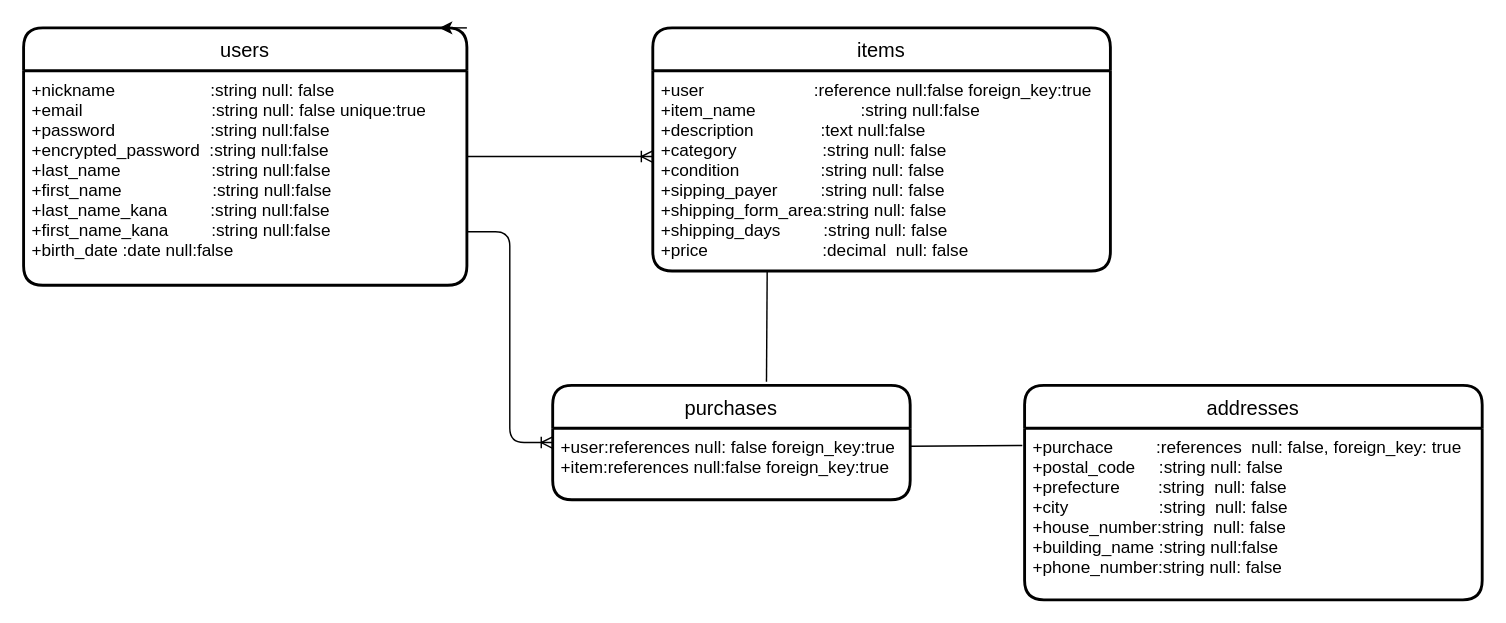
TANAKAUDA/furima-40616 keeps this draw.io diagram as furima-er.dio. Above is the earlier version. Source tidied: cells renumbered, new cells numbered last; positions are measured from the earlier drawing's top-left corner, leaving out a move shared by most shapes. Both pictures are drawn from the tidied source at 143%, with x=0, y=0 at pixel (23, 27).
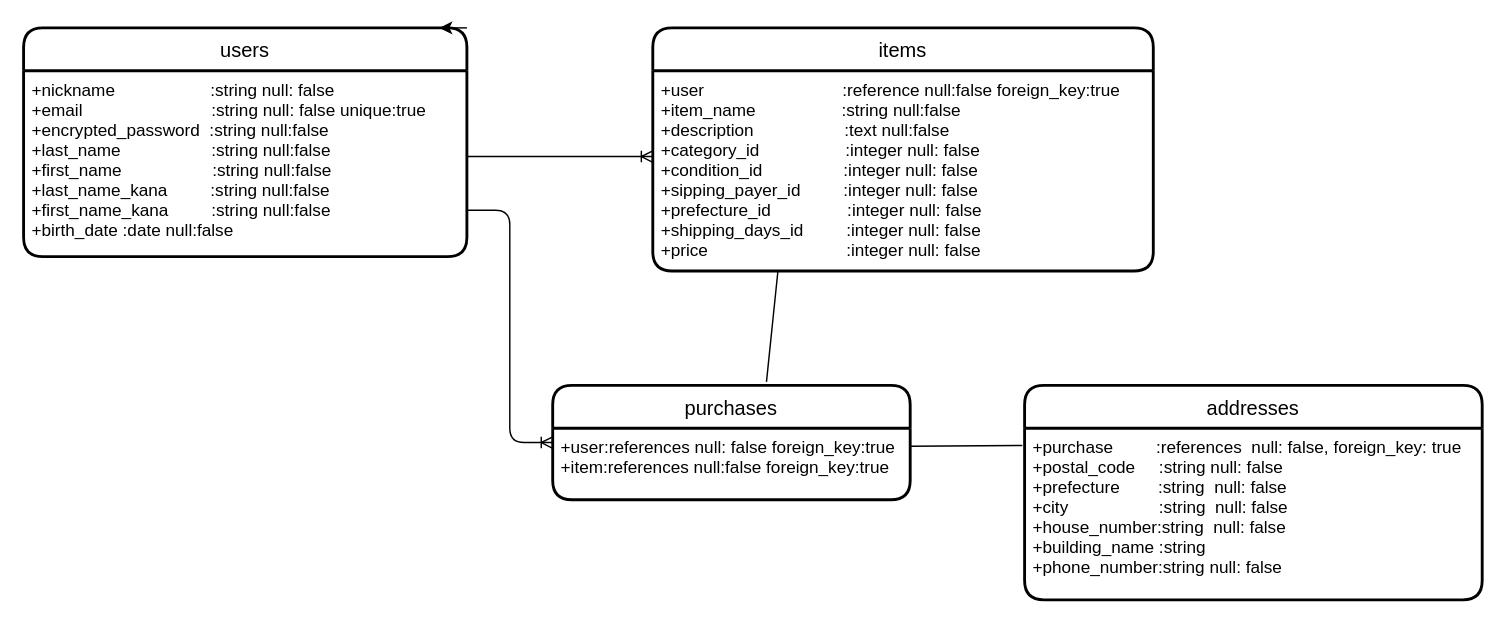
After the change.

Commit message (it also covers changes not shown here):
ER図作成まで.修正１

What changed in the source:
```diff
@@
 <mxGraphModel>
   <root>
     <mxCell id="0" />
     <mxCell id="1" parent="0" />
     <mxCell id="2" value="users" style="swimlane;horizontal=1;startSize=30;rounded=1;fontSize=14;fontStyle=0;strokeWidth=2;shadow=0;dashed=0;align=center;" parent="1" vertex="1">
-      <mxGeometry width="310" height="180" as="geometry" />
+      <mxGeometry width="310" height="160" as="geometry" />
     </mxCell>
-    <mxCell id="3" value="+nickname                    :string null: false&#10;+email                           :string null: false unique:true&#10;+password                    :string null:false&#10;+encrypted_password  :string null:false&#10;+last_name                   :string null:false&#10;+first_name                   :string null:false&#10;+last_name_kana         :string null:false&#10;+first_name_kana         :string null:false&#10;+birth_date :date null:false" style="align=left;strokeColor=none;fillColor=none;spacingLeft=4;fontSize=12;verticalAlign=top;" parent="2" vertex="1">
-      <mxGeometry y="30" width="310" height="150" as="geometry" />
+    <mxCell id="3" value="+nickname                    :string null: false&#10;+email                           :string null: false unique:true&#10;+encrypted_password  :string null:false&#10;+last_name                   :string null:false&#10;+first_name                   :string null:false&#10;+last_name_kana         :string null:false&#10;+first_name_kana         :string null:false&#10;+birth_date :date null:false" style="align=left;strokeColor=none;fillColor=none;spacingLeft=4;fontSize=12;verticalAlign=top;" parent="2" vertex="1">
+      <mxGeometry y="30" width="310" height="130" as="geometry" />
     </mxCell>
     <mxCell id="4" style="edgeStyle=none;html=1;exitX=1;exitY=0;exitDx=0;exitDy=0;entryX=0.938;entryY=0;entryDx=0;entryDy=0;entryPerimeter=0;" parent="1" edge="1" source="2" target="2">
       <mxGeometry relative="1" as="geometry" />
     </mxCell>
     <mxCell id="5" value="items" style="swimlane;horizontal=1;startSize=30;rounded=1;fontSize=14;fontStyle=0;strokeWidth=2;shadow=0;dashed=0;align=center;" parent="1" vertex="1">
-      <mxGeometry x="440" width="320" height="170" as="geometry" />
+      <mxGeometry x="440" width="350" height="170" as="geometry" />
     </mxCell>
-    <mxCell id="6" value="+user                       :reference null:false foreign_key:true     &#10;+item_name                      :string null:false&#10;+description              :text null:false&#10;+category                  :string null: false&#10;+condition                 :string null: false&#10;+sipping_payer         :string null: false&#10;+shipping_form_area:string null: false&#10;+shipping_days         :string null: false&#10;+price                        :decimal  null: false" style="align=left;strokeColor=none;fillColor=none;spacingLeft=4;fontSize=12;verticalAlign=top;" parent="5" vertex="1">
-      <mxGeometry y="30" width="320" height="140" as="geometry" />
+    <mxCell id="6" value="+user                             :reference null:false foreign_key:true     &#10;+item_name                  :string null:false&#10;+description                   :text null:false&#10;+category_id                  :integer null: false&#10;+condition_id                 :integer null: false&#10;+sipping_payer_id         :integer null: false&#10;+prefecture_id                :integer null: false&#10;+shipping_days_id         :integer null: false&#10;+price                             :integer null: false" style="align=left;strokeColor=none;fillColor=none;spacingLeft=4;fontSize=12;verticalAlign=top;" parent="5" vertex="1">
+      <mxGeometry y="30" width="350" height="140" as="geometry" />
     </mxCell>
     <mxCell id="7" value="purchases" style="swimlane;horizontal=1;startSize=30;rounded=1;fontSize=14;fontStyle=0;strokeWidth=2;shadow=0;dashed=0;align=center;" parent="1" vertex="1">
       <mxGeometry x="370" y="250" width="250" height="80" as="geometry" />
     </mxCell>
     <mxCell id="8" value="+user:references null: false foreign_key:true&#10;+item:references null:false foreign_key:true" style="align=left;strokeColor=none;fillColor=none;spacingLeft=4;fontSize=12;verticalAlign=top;" parent="7" vertex="1">
       <mxGeometry y="30" width="250" height="50" as="geometry" />
     </mxCell>
     <mxCell id="9" value="addresses" style="swimlane;horizontal=1;startSize=30;rounded=1;fontSize=14;fontStyle=0;strokeWidth=2;shadow=0;dashed=0;align=center;" parent="1" vertex="1">
       <mxGeometry x="700" y="250" width="320" height="150" as="geometry" />
     </mxCell>
-    <mxCell id="10" value="+purchace         :references  null: false, foreign_key: true&#10;+postal_code     :string null: false&#10;+prefecture        :string  null: false&#10;+city                   :string  null: false&#10;+house_number:string  null: false&#10;+building_name :string null:false&#10;+phone_number:string null: false&#10;&#10;      &#10;" style="align=left;strokeColor=none;fillColor=none;spacingLeft=4;fontSize=12;verticalAlign=top;" parent="9" vertex="1">
+    <mxCell id="10" value="+purchase         :references  null: false, foreign_key: true&#10;+postal_code     :string null: false&#10;+prefecture        :string  null: false&#10;+city                   :string  null: false&#10;+house_number:string  null: false&#10;+building_name :string &#10;+phone_number:string null: false&#10;&#10;      &#10;" style="align=left;strokeColor=none;fillColor=none;spacingLeft=4;fontSize=12;verticalAlign=top;" parent="9" vertex="1">
       <mxGeometry y="30" width="320" height="120" as="geometry" />
     </mxCell>
     <mxCell id="11" style="edgeStyle=entityRelationEdgeStyle;fontSize=12;html=1;endArrow=ERoneToMany;" parent="1" edge="1">
       <mxGeometry relative="1" as="geometry">
         <mxPoint x="310" y="90" as="sourcePoint" />
         <mxPoint x="440" y="90" as="targetPoint" />
       </mxGeometry>
     </mxCell>
     <mxCell id="12" style="edgeStyle=entityRelationEdgeStyle;fontSize=12;html=1;endArrow=ERoneToMany;entryX=0;entryY=0.5;entryDx=0;entryDy=0;exitX=1;exitY=0.75;exitDx=0;exitDy=0;" parent="1" edge="1" source="3" target="7">
       <mxGeometry relative="1" as="geometry" />
     </mxCell>
     <mxCell id="13" style="endArrow=none;html=1;rounded=0;exitX=0.25;exitY=1;exitDx=0;exitDy=0;entryX=0.598;entryY=-0.031;entryDx=0;entryDy=0;entryPerimeter=0;" parent="1" edge="1" source="6" target="7">
       <mxGeometry relative="1" as="geometry" />
     </mxCell>
     <mxCell id="14" style="endArrow=none;html=1;rounded=0;exitX=1;exitY=0.25;exitDx=0;exitDy=0;entryX=-0.005;entryY=0.1;entryDx=0;entryDy=0;entryPerimeter=0;" parent="1" edge="1" source="8" target="10">
       <mxGeometry relative="1" as="geometry" />
     </mxCell>
   </root>
 </mxGraphModel>
```
